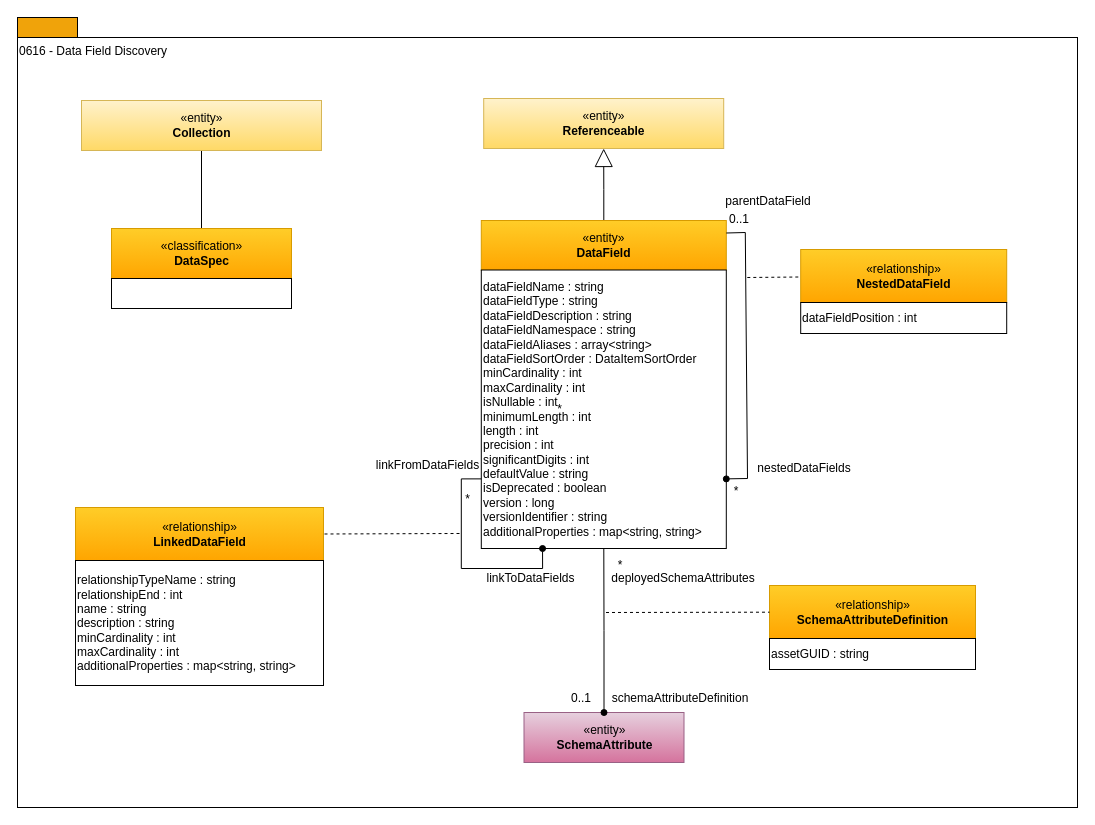
odpi/egeria-docs keeps this draw.io diagram as page "0616-Data-Field-Discovery" (6 of 14) of site/docs/types/6/area-6-discovery.drawio. Above is the earlier version. Source tidied: cells renumbered, new cells numbered last; positions are measured from the earlier drawing's top-left corner, leaving out a move shared by most shapes. Both pictures are drawn from the tidied source at 100%, with x=0, y=0 at pixel (17, 17).
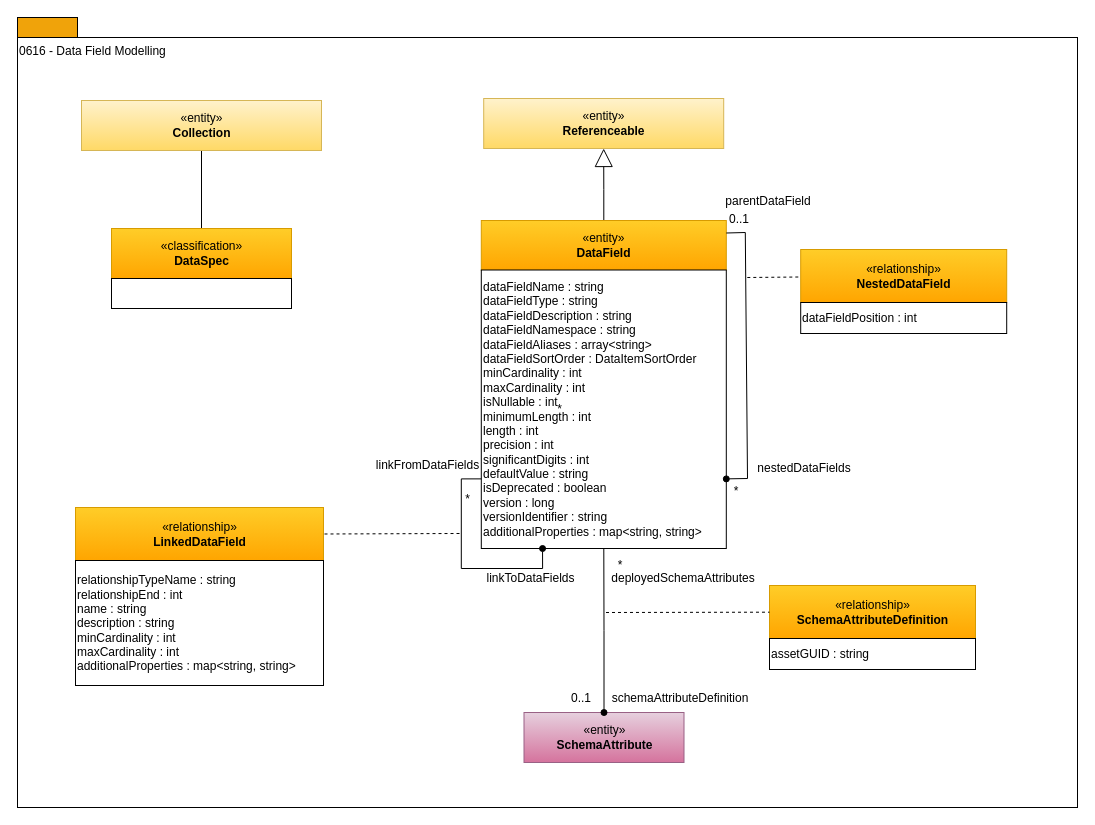
After the change.

Change to the diagram source:
```diff
@@
-    <mxCell id="3" value="0616 - Data Field Discovery" style="rounded=0;whiteSpace=wrap;html=1;align=left;verticalAlign=top;" parent="1" vertex="1">
+    <mxCell id="3" value="0616 - Data Field Modelling" style="rounded=0;whiteSpace=wrap;html=1;align=left;verticalAlign=top;" parent="1" vertex="1">
       <mxGeometry y="20" width="1060" height="770" as="geometry" />
     </mxCell>
```
